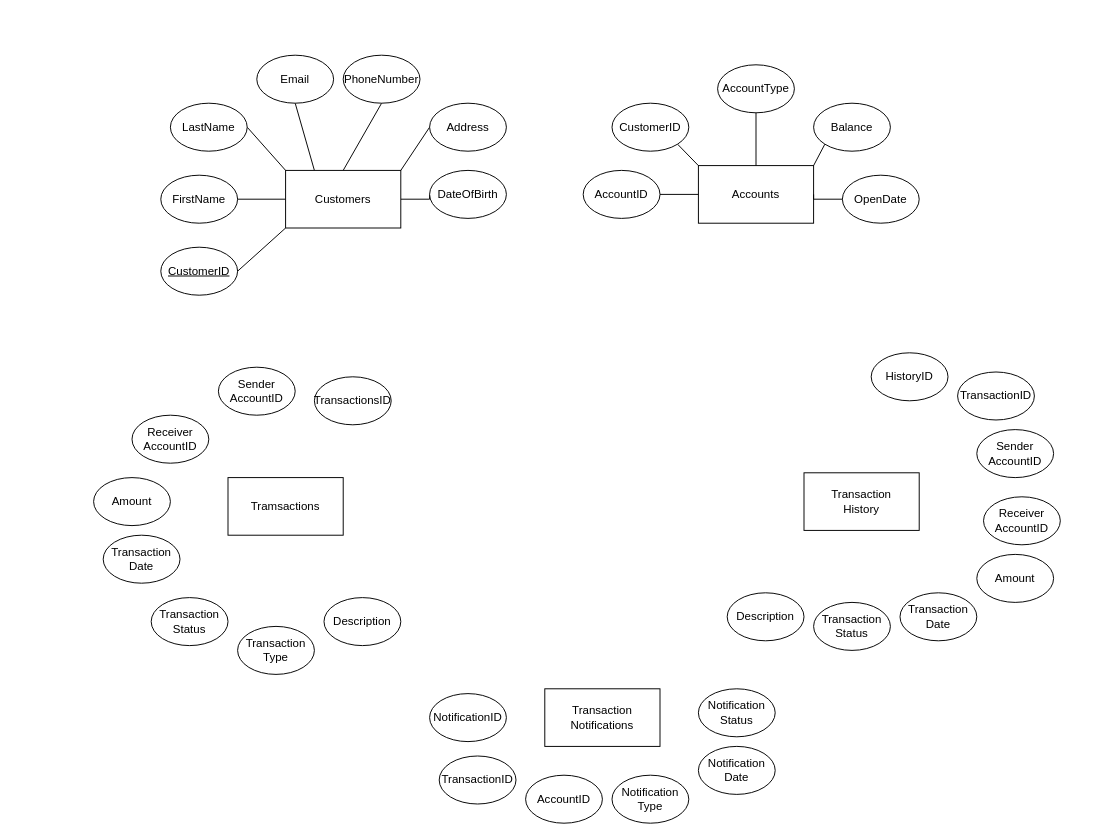
Above: OLBK.drawio in ngoquanghuy2001/QLBanking (draw.io), before the change. Source tidied: cells renumbered, new cells numbered last; positions are measured from the earlier drawing's top-left corner, leaving out a move shared by most shapes. Both pictures are drawn from the tidied source at 96%, with x=0, y=0 at pixel (93, 55).
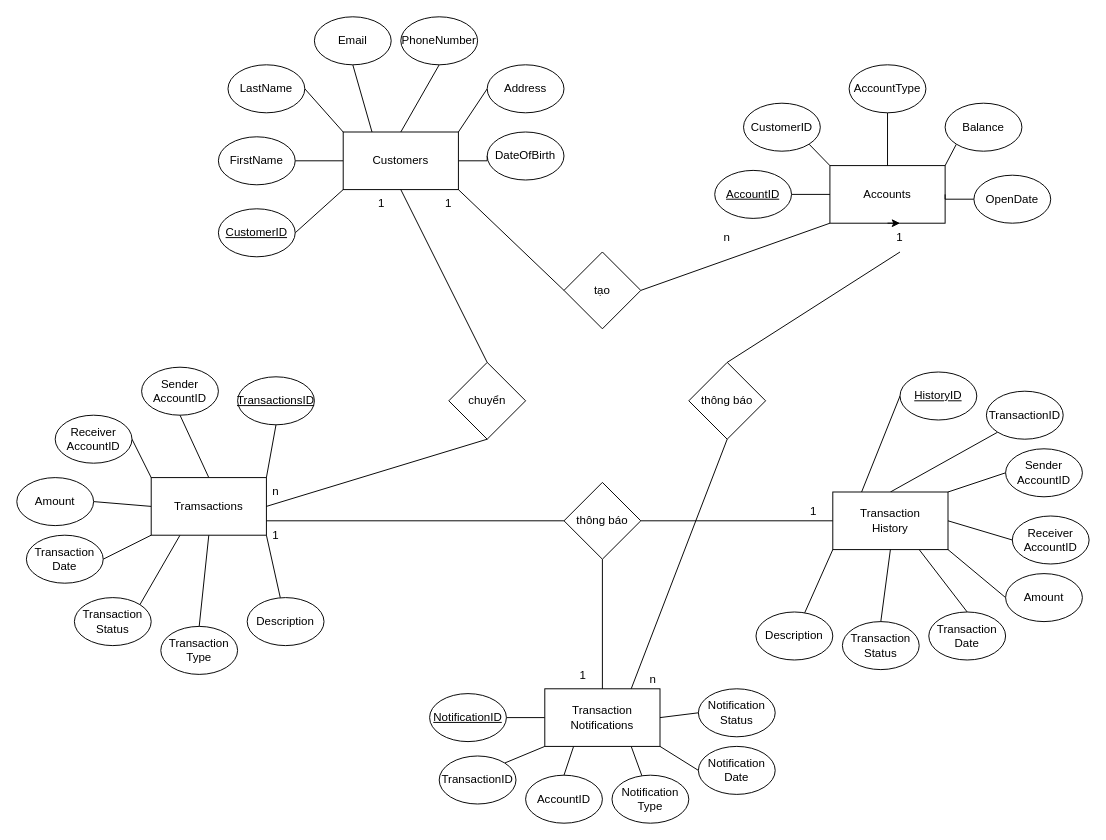
After the change.

The change refers to these unchanged cells:
```xml
<mxCell id="38" value="Customers" style="rounded=0;whiteSpace=wrap;html=1;" parent="30" vertex="1">
  <mxGeometry x="130" y="120" width="120" height="60" as="geometry" />
</mxCell>
<mxCell id="47" value="Accounts" style="rounded=0;whiteSpace=wrap;html=1;" parent="46" vertex="1">
  <mxGeometry x="120" y="105" width="120" height="60" as="geometry" />
</mxCell>
```

What changed in the source:
```diff
@@
-    <mxCell id="2" style="group;" parent="1" vertex="1">
-      <mxGeometry x="350" y="660" width="360" height="140" as="geometry" />
-    </mxCell>
-    <mxCell id="3" value="Transaction&lt;br&gt;Notifications" style="rounded=0;whiteSpace=wrap;html=1;" parent="2" vertex="1">
-      <mxGeometry x="120" width="120" height="60" as="geometry" />
-    </mxCell>
-    <mxCell id="4" value="NotificationID" style="ellipse;whiteSpace=wrap;html=1;" parent="2" vertex="1">
-      <mxGeometry y="5" width="80" height="50" as="geometry" />
-    </mxCell>
-    <mxCell id="5" value="TransactionID" style="ellipse;whiteSpace=wrap;html=1;" parent="2" vertex="1">
-      <mxGeometry x="10" y="70" width="80" height="50" as="geometry" />
-    </mxCell>
-    <mxCell id="6" value="AccountID" style="ellipse;whiteSpace=wrap;html=1;" parent="2" vertex="1">
-      <mxGeometry x="100" y="90" width="80" height="50" as="geometry" />
-    </mxCell>
-    <mxCell id="7" value="Notification&lt;br&gt;Type" style="ellipse;whiteSpace=wrap;html=1;" parent="2" vertex="1">
-      <mxGeometry x="190" y="90" width="80" height="50" as="geometry" />
-    </mxCell>
-    <mxCell id="8" value="Notification&lt;br&gt;Date" style="ellipse;whiteSpace=wrap;html=1;" parent="2" vertex="1">
-      <mxGeometry x="280" y="60" width="80" height="50" as="geometry" />
-    </mxCell>
-    <mxCell id="9" value="Notification&lt;br&gt;Status" style="ellipse;whiteSpace=wrap;html=1;" parent="2" vertex="1">
-      <mxGeometry x="280" width="80" height="50" as="geometry" />
-    </mxCell>
-    <mxCell id="10" style="group;" parent="1" vertex="1">
-      <mxGeometry x="660" y="310" width="347" height="310" as="geometry" />
-    </mxCell>
-    <mxCell id="11" value="Transaction&lt;br&gt;History" style="rounded=0;whiteSpace=wrap;html=1;" parent="10" vertex="1">
-      <mxGeometry x="80" y="125" width="120" height="60" as="geometry" />
-    </mxCell>
-    <mxCell id="12" value="HistoryID" style="ellipse;whiteSpace=wrap;html=1;" parent="10" vertex="1">
-      <mxGeometry x="150" width="80" height="50" as="geometry" />
-    </mxCell>
-    <mxCell id="13" value="TransactionID" style="ellipse;whiteSpace=wrap;html=1;" parent="10" vertex="1">
-      <mxGeometry x="240" y="20" width="80" height="50" as="geometry" />
-    </mxCell>
-    <mxCell id="14" value="Sender&lt;br&gt;AccountID" style="ellipse;whiteSpace=wrap;html=1;" parent="10" vertex="1">
-      <mxGeometry x="260" y="80" width="80" height="50" as="geometry" />
-    </mxCell>
-    <mxCell id="15" value="Receiver&lt;br&gt;AccountID" style="ellipse;whiteSpace=wrap;html=1;" parent="10" vertex="1">
-      <mxGeometry x="267" y="150" width="80" height="50" as="geometry" />
-    </mxCell>
-    <mxCell id="16" value="Amount" style="ellipse;whiteSpace=wrap;html=1;" parent="10" vertex="1">
-      <mxGeometry x="260" y="210" width="80" height="50" as="geometry" />
-    </mxCell>
-    <mxCell id="17" value="Transaction&lt;br&gt;Date" style="ellipse;whiteSpace=wrap;html=1;" parent="10" vertex="1">
-      <mxGeometry x="180" y="250" width="80" height="50" as="geometry" />
-    </mxCell>
-    <mxCell id="18" value="Transaction&lt;br&gt;Status" style="ellipse;whiteSpace=wrap;html=1;" parent="10" vertex="1">
-      <mxGeometry x="90" y="260" width="80" height="50" as="geometry" />
-    </mxCell>
-    <mxCell id="19" value="Description" style="ellipse;whiteSpace=wrap;html=1;" parent="10" vertex="1">
-      <mxGeometry y="250" width="80" height="50" as="geometry" />
-    </mxCell>
-    <mxCell id="20" style="group;" parent="1" vertex="1">
-      <mxGeometry y="325" width="320" height="320" as="geometry" />
-    </mxCell>
-    <mxCell id="21" value="Tramsactions" style="rounded=0;whiteSpace=wrap;html=1;" parent="20" vertex="1">
-      <mxGeometry x="140" y="115" width="120" height="60" as="geometry" />
-    </mxCell>
-    <mxCell id="22" value="Transaction&lt;br&gt;Date" style="ellipse;whiteSpace=wrap;html=1;" parent="20" vertex="1">
-      <mxGeometry x="10" y="175" width="80" height="50" as="geometry" />
-    </mxCell>
-    <mxCell id="23" value="Receiver&lt;br&gt;AccountID" style="ellipse;whiteSpace=wrap;html=1;" parent="20" vertex="1">
-      <mxGeometry x="40" y="50" width="80" height="50" as="geometry" />
-    </mxCell>
-    <mxCell id="24" value="Amount" style="ellipse;whiteSpace=wrap;html=1;" parent="20" vertex="1">
-      <mxGeometry y="115" width="80" height="50" as="geometry" />
-    </mxCell>
-    <mxCell id="25" value="Transaction&lt;br&gt;Status" style="ellipse;whiteSpace=wrap;html=1;" parent="20" vertex="1">
-      <mxGeometry x="60" y="240" width="80" height="50" as="geometry" />
-    </mxCell>
-    <mxCell id="26" value="Sender&lt;br&gt;AccountID" style="ellipse;whiteSpace=wrap;html=1;" parent="20" vertex="1">
-      <mxGeometry x="130" width="80" height="50" as="geometry" />
-    </mxCell>
-    <mxCell id="27" value="Transaction&lt;br&gt;Type" style="ellipse;whiteSpace=wrap;html=1;" parent="20" vertex="1">
-      <mxGeometry x="150" y="270" width="80" height="50" as="geometry" />
-    </mxCell>
-    <mxCell id="28" value="Description" style="ellipse;whiteSpace=wrap;html=1;" parent="20" vertex="1">
-      <mxGeometry x="240" y="240" width="80" height="50" as="geometry" />
-    </mxCell>
-    <mxCell id="29" value="TransactionsID" style="ellipse;whiteSpace=wrap;html=1;" parent="20" vertex="1">
-      <mxGeometry x="230" y="10" width="80" height="50" as="geometry" />
-    </mxCell>
     <mxCell id="30" style="group;" parent="1" vertex="1">
-      <mxGeometry x="70" width="360" height="250" as="geometry" />
+      <mxGeometry x="130" y="-40" width="360" height="250" as="geometry" />
     </mxCell>
@@
+    <mxCell id="58" value="1" style="text;html=1;align=center;verticalAlign=middle;whiteSpace=wrap;rounded=0;" parent="30" vertex="1">
+      <mxGeometry x="210" y="180" width="60" height="30" as="geometry" />
+    </mxCell>
+    <mxCell id="59" value="1" style="text;html=1;align=center;verticalAlign=middle;whiteSpace=wrap;rounded=0;" parent="30" vertex="1">
+      <mxGeometry x="140" y="180" width="60" height="30" as="geometry" />
+    </mxCell>
-    <mxCell id="46" style="group;" parent="1" vertex="1">
-      <mxGeometry x="510" y="10" width="350" height="165" as="geometry" />
+    <mxCell id="46" style="group;fontStyle=4;" parent="1" vertex="1">
+      <mxGeometry x="647" y="10" width="350" height="165" as="geometry" />
     </mxCell>
@@
-    <mxCell id="49" value="AccountID" style="ellipse;whiteSpace=wrap;html=1;" parent="46" vertex="1">
+    <mxCell id="49" value="&lt;u&gt;AccountID&lt;/u&gt;" style="ellipse;whiteSpace=wrap;html=1;" parent="46" vertex="1">
       <mxGeometry y="110" width="80" height="50" as="geometry" />
     </mxCell>
@@
+    <mxCell id="60" style="group;" parent="1" vertex="1">
+      <mxGeometry x="-80" y="325" width="320" height="320" as="geometry" />
+    </mxCell>
+    <mxCell id="61" style="rounded=0;jettySize=auto;html=1;exitX=1;exitY=0;exitDx=0;exitDy=0;entryX=0.5;entryY=1;entryDx=0;entryDy=0;endArrow=none;endFill=0;" parent="60" edge="1" source="21" target="29">
+      <mxGeometry relative="1" as="geometry" />
+    </mxCell>
+    <mxCell id="62" style="rounded=0;jettySize=auto;html=1;exitX=0.5;exitY=0;exitDx=0;exitDy=0;entryX=0.5;entryY=1;entryDx=0;entryDy=0;endArrow=none;endFill=0;" parent="60" edge="1" source="21" target="26">
+      <mxGeometry relative="1" as="geometry" />
+    </mxCell>
+    <mxCell id="63" style="rounded=0;jettySize=auto;html=1;exitX=0;exitY=0;exitDx=0;exitDy=0;entryX=1;entryY=0.5;entryDx=0;entryDy=0;endArrow=none;endFill=0;" parent="60" edge="1" source="21" target="23">
+      <mxGeometry relative="1" as="geometry" />
+    </mxCell>
+    <mxCell id="64" style="rounded=0;jettySize=auto;html=1;exitX=0;exitY=0.5;exitDx=0;exitDy=0;entryX=1;entryY=0.5;entryDx=0;entryDy=0;endArrow=none;endFill=0;" parent="60" edge="1" source="21" target="24">
+      <mxGeometry relative="1" as="geometry" />
+    </mxCell>
+    <mxCell id="65" style="rounded=0;jettySize=auto;html=1;exitX=0;exitY=1;exitDx=0;exitDy=0;entryX=1;entryY=0.5;entryDx=0;entryDy=0;endArrow=none;endFill=0;" parent="60" edge="1" source="21" target="22">
+      <mxGeometry relative="1" as="geometry" />
+    </mxCell>
+    <mxCell id="66" style="rounded=0;jettySize=auto;html=1;exitX=0.25;exitY=1;exitDx=0;exitDy=0;entryX=1;entryY=0;entryDx=0;entryDy=0;endArrow=none;endFill=0;" parent="60" edge="1" source="21" target="25">
+      <mxGeometry relative="1" as="geometry" />
+    </mxCell>
+    <mxCell id="67" style="rounded=0;jettySize=auto;html=1;exitX=0.5;exitY=1;exitDx=0;exitDy=0;entryX=0.5;entryY=0;entryDx=0;entryDy=0;endArrow=none;endFill=0;" parent="60" edge="1" source="21" target="27">
+      <mxGeometry relative="1" as="geometry" />
+    </mxCell>
+    <mxCell id="68" style="rounded=0;jettySize=auto;html=1;exitX=1;exitY=1;exitDx=0;exitDy=0;endArrow=none;endFill=0;" parent="60" edge="1" source="21" target="28">
+      <mxGeometry relative="1" as="geometry" />
+    </mxCell>
+    <mxCell id="21" value="Tramsactions" style="rounded=0;whiteSpace=wrap;html=1;" parent="60" vertex="1">
+      <mxGeometry x="140" y="115" width="120" height="60" as="geometry" />
+    </mxCell>
+    <mxCell id="22" value="Transaction&lt;br&gt;Date" style="ellipse;whiteSpace=wrap;html=1;" parent="60" vertex="1">
+      <mxGeometry x="10" y="175" width="80" height="50" as="geometry" />
+    </mxCell>
+    <mxCell id="23" value="Receiver&lt;br&gt;AccountID" style="ellipse;whiteSpace=wrap;html=1;" parent="60" vertex="1">
+      <mxGeometry x="40" y="50" width="80" height="50" as="geometry" />
+    </mxCell>
+    <mxCell id="24" value="Amount" style="ellipse;whiteSpace=wrap;html=1;" parent="60" vertex="1">
+      <mxGeometry y="115" width="80" height="50" as="geometry" />
+    </mxCell>
+    <mxCell id="25" value="Transaction&lt;br&gt;Status" style="ellipse;whiteSpace=wrap;html=1;" parent="60" vertex="1">
+      <mxGeometry x="60" y="240" width="80" height="50" as="geometry" />
+    </mxCell>
+    <mxCell id="26" value="Sender&lt;br&gt;AccountID" style="ellipse;whiteSpace=wrap;html=1;" parent="60" vertex="1">
+      <mxGeometry x="130" width="80" height="50" as="geometry" />
+    </mxCell>
+    <mxCell id="27" value="Transaction&lt;br&gt;Type" style="ellipse;whiteSpace=wrap;html=1;" parent="60" vertex="1">
+      <mxGeometry x="150" y="270" width="80" height="50" as="geometry" />
+    </mxCell>
+    <mxCell id="28" value="Description" style="ellipse;whiteSpace=wrap;html=1;" parent="60" vertex="1">
+      <mxGeometry x="240" y="240" width="80" height="50" as="geometry" />
+    </mxCell>
+    <mxCell id="29" value="&lt;u&gt;TransactionsID&lt;/u&gt;" style="ellipse;whiteSpace=wrap;html=1;" parent="60" vertex="1">
+      <mxGeometry x="230" y="10" width="80" height="50" as="geometry" />
+    </mxCell>
+    <mxCell id="69" value="n" style="text;html=1;align=center;verticalAlign=middle;whiteSpace=wrap;rounded=0;" parent="60" vertex="1">
+      <mxGeometry x="240" y="115" width="60" height="30" as="geometry" />
+    </mxCell>
+    <mxCell id="70" value="1" style="text;html=1;align=center;verticalAlign=middle;whiteSpace=wrap;rounded=0;" parent="60" vertex="1">
+      <mxGeometry x="240" y="160" width="60" height="30" as="geometry" />
+    </mxCell>
+    <mxCell id="71" style="group;" parent="1" vertex="1">
+      <mxGeometry x="690" y="330" width="347" height="310" as="geometry" />
+    </mxCell>
+    <mxCell id="18" value="Transaction&lt;br&gt;Status" style="ellipse;whiteSpace=wrap;html=1;" parent="71" vertex="1">
+      <mxGeometry x="90" y="260" width="80" height="50" as="geometry" />
+    </mxCell>
+    <mxCell id="72" style="group;" parent="71" vertex="1">
+      <mxGeometry width="347" height="300" as="geometry" />
+    </mxCell>
+    <mxCell id="73" style="rounded=0;jettySize=auto;html=1;exitX=1;exitY=0.5;exitDx=0;exitDy=0;entryX=0;entryY=0.5;entryDx=0;entryDy=0;endArrow=none;endFill=0;" parent="72" edge="1" source="11" target="15">
+      <mxGeometry relative="1" as="geometry" />
+    </mxCell>
+    <mxCell id="74" style="rounded=0;jettySize=auto;html=1;exitX=1;exitY=0;exitDx=0;exitDy=0;entryX=0;entryY=0.5;entryDx=0;entryDy=0;endArrow=none;endFill=0;" parent="72" edge="1" source="11" target="14">
+      <mxGeometry relative="1" as="geometry" />
+    </mxCell>
+    <mxCell id="75" style="rounded=0;jettySize=auto;html=1;exitX=0.5;exitY=0;exitDx=0;exitDy=0;entryX=0;entryY=1;entryDx=0;entryDy=0;endArrow=none;endFill=0;" parent="72" edge="1" source="11" target="13">
+      <mxGeometry relative="1" as="geometry" />
+    </mxCell>
+    <mxCell id="76" style="rounded=0;jettySize=auto;html=1;exitX=0.25;exitY=0;exitDx=0;exitDy=0;entryX=0;entryY=0.5;entryDx=0;entryDy=0;endArrow=none;endFill=0;" parent="72" edge="1" source="11" target="12">
+      <mxGeometry relative="1" as="geometry" />
+    </mxCell>
+    <mxCell id="77" style="rounded=0;jettySize=auto;html=1;exitX=1;exitY=1;exitDx=0;exitDy=0;entryX=0;entryY=0.5;entryDx=0;entryDy=0;endArrow=none;endFill=0;" parent="72" edge="1" source="11" target="16">
+      <mxGeometry relative="1" as="geometry" />
+    </mxCell>
+    <mxCell id="78" style="rounded=0;jettySize=auto;html=1;exitX=0.75;exitY=1;exitDx=0;exitDy=0;entryX=0.5;entryY=0;entryDx=0;entryDy=0;endArrow=none;endFill=0;" parent="72" edge="1" source="11" target="17">
+      <mxGeometry relative="1" as="geometry" />
+    </mxCell>
+    <mxCell id="79" style="rounded=0;jettySize=auto;html=1;exitX=0;exitY=1;exitDx=0;exitDy=0;endArrow=none;endFill=0;" parent="72" edge="1" source="11" target="19">
+      <mxGeometry relative="1" as="geometry" />
+    </mxCell>
+    <mxCell id="11" value="Transaction&lt;br&gt;History" style="rounded=0;whiteSpace=wrap;html=1;" parent="72" vertex="1">
+      <mxGeometry x="80" y="125" width="120" height="60" as="geometry" />
+    </mxCell>
+    <mxCell id="12" value="&lt;u&gt;HistoryID&lt;/u&gt;" style="ellipse;whiteSpace=wrap;html=1;" parent="72" vertex="1">
+      <mxGeometry x="150" width="80" height="50" as="geometry" />
+    </mxCell>
+    <mxCell id="13" value="TransactionID" style="ellipse;whiteSpace=wrap;html=1;" parent="72" vertex="1">
+      <mxGeometry x="240" y="20" width="80" height="50" as="geometry" />
+    </mxCell>
+    <mxCell id="14" value="Sender&lt;br&gt;AccountID" style="ellipse;whiteSpace=wrap;html=1;" parent="72" vertex="1">
+      <mxGeometry x="260" y="80" width="80" height="50" as="geometry" />
+    </mxCell>
+    <mxCell id="15" value="Receiver&lt;br&gt;AccountID" style="ellipse;whiteSpace=wrap;html=1;" parent="72" vertex="1">
+      <mxGeometry x="267" y="150" width="80" height="50" as="geometry" />
+    </mxCell>
+    <mxCell id="16" value="Amount" style="ellipse;whiteSpace=wrap;html=1;" parent="72" vertex="1">
+      <mxGeometry x="260" y="210" width="80" height="50" as="geometry" />
+    </mxCell>
+    <mxCell id="17" value="Transaction&lt;br&gt;Date" style="ellipse;whiteSpace=wrap;html=1;" parent="72" vertex="1">
+      <mxGeometry x="180" y="250" width="80" height="50" as="geometry" />
+    </mxCell>
+    <mxCell id="19" value="Description" style="ellipse;whiteSpace=wrap;html=1;" parent="72" vertex="1">
+      <mxGeometry y="250" width="80" height="50" as="geometry" />
+    </mxCell>
+    <mxCell id="80" value="1" style="text;html=1;align=center;verticalAlign=middle;whiteSpace=wrap;rounded=0;" parent="72" vertex="1">
+      <mxGeometry x="30" y="130" width="60" height="30" as="geometry" />
+    </mxCell>
+    <mxCell id="81" style="rounded=0;jettySize=auto;html=1;exitX=0.5;exitY=1;exitDx=0;exitDy=0;entryX=0.5;entryY=0;entryDx=0;entryDy=0;endArrow=none;endFill=0;" parent="71" edge="1" source="11" target="18">
+      <mxGeometry relative="1" as="geometry" />
+    </mxCell>
+    <mxCell id="2" style="group;" parent="1" vertex="1">
+      <mxGeometry x="350" y="660" width="360" height="140" as="geometry" />
+    </mxCell>
+    <mxCell id="82" style="rounded=0;jettySize=auto;html=1;exitX=0;exitY=0.5;exitDx=0;exitDy=0;entryX=1;entryY=0.5;entryDx=0;entryDy=0;endArrow=none;endFill=0;" parent="2" edge="1" source="3" target="4">
+      <mxGeometry relative="1" as="geometry" />
+    </mxCell>
+    <mxCell id="83" style="rounded=0;jettySize=auto;html=1;exitX=0;exitY=1;exitDx=0;exitDy=0;entryX=1;entryY=0;entryDx=0;entryDy=0;endArrow=none;endFill=0;" parent="2" edge="1" source="3" target="5">
+      <mxGeometry relative="1" as="geometry" />
+    </mxCell>
+    <mxCell id="84" style="rounded=0;jettySize=auto;html=1;exitX=0.25;exitY=1;exitDx=0;exitDy=0;entryX=0.5;entryY=0;entryDx=0;entryDy=0;endArrow=none;endFill=0;" parent="2" edge="1" source="3" target="6">
+      <mxGeometry relative="1" as="geometry" />
+    </mxCell>
+    <mxCell id="85" style="rounded=0;jettySize=auto;html=1;exitX=0.75;exitY=1;exitDx=0;exitDy=0;endArrow=none;endFill=0;" parent="2" edge="1" source="3" target="7">
+      <mxGeometry relative="1" as="geometry" />
+    </mxCell>
+    <mxCell id="86" style="rounded=0;jettySize=auto;html=1;exitX=1;exitY=1;exitDx=0;exitDy=0;entryX=0;entryY=0.5;entryDx=0;entryDy=0;endArrow=none;endFill=0;" parent="2" edge="1" source="3" target="8">
+      <mxGeometry relative="1" as="geometry" />
+    </mxCell>
+    <mxCell id="87" style="rounded=0;jettySize=auto;html=1;exitX=1;exitY=0.5;exitDx=0;exitDy=0;entryX=0;entryY=0.5;entryDx=0;entryDy=0;endArrow=none;endFill=0;" parent="2" edge="1" source="3" target="9">
+      <mxGeometry relative="1" as="geometry" />
+    </mxCell>
+    <mxCell id="3" value="Transaction&lt;br&gt;Notifications" style="rounded=0;whiteSpace=wrap;html=1;" parent="2" vertex="1">
+      <mxGeometry x="120" width="120" height="60" as="geometry" />
+    </mxCell>
+    <mxCell id="4" value="&lt;u&gt;NotificationID&lt;/u&gt;" style="ellipse;whiteSpace=wrap;html=1;" parent="2" vertex="1">
+      <mxGeometry y="5" width="80" height="50" as="geometry" />
+    </mxCell>
+    <mxCell id="5" value="TransactionID" style="ellipse;whiteSpace=wrap;html=1;" parent="2" vertex="1">
+      <mxGeometry x="10" y="70" width="80" height="50" as="geometry" />
+    </mxCell>
+    <mxCell id="6" value="AccountID" style="ellipse;whiteSpace=wrap;html=1;" parent="2" vertex="1">
+      <mxGeometry x="100" y="90" width="80" height="50" as="geometry" />
+    </mxCell>
+    <mxCell id="7" value="Notification&lt;br&gt;Type" style="ellipse;whiteSpace=wrap;html=1;" parent="2" vertex="1">
+      <mxGeometry x="190" y="90" width="80" height="50" as="geometry" />
+    </mxCell>
+    <mxCell id="8" value="Notification&lt;br&gt;Date" style="ellipse;whiteSpace=wrap;html=1;" parent="2" vertex="1">
+      <mxGeometry x="280" y="60" width="80" height="50" as="geometry" />
+    </mxCell>
+    <mxCell id="9" value="Notification&lt;br&gt;Status" style="ellipse;whiteSpace=wrap;html=1;" parent="2" vertex="1">
+      <mxGeometry x="280" width="80" height="50" as="geometry" />
+    </mxCell>
+    <mxCell id="88" value="n" style="text;html=1;align=center;verticalAlign=middle;whiteSpace=wrap;rounded=0;" parent="2" vertex="1">
+      <mxGeometry x="203" y="-25" width="60" height="30" as="geometry" />
+    </mxCell>
+    <mxCell id="89" style="rounded=0;jettySize=auto;html=1;exitX=1;exitY=0.5;exitDx=0;exitDy=0;entryX=0;entryY=1;entryDx=0;entryDy=0;endArrow=none;endFill=0;" parent="1" edge="1" source="90" target="47">
+      <mxGeometry relative="1" as="geometry" />
+    </mxCell>
+    <mxCell id="90" value="tạo" style="rhombus;whiteSpace=wrap;html=1;" parent="1" vertex="1">
+      <mxGeometry x="490" y="205" width="80" height="80" as="geometry" />
+    </mxCell>
+    <mxCell id="91" style="rounded=0;jettySize=auto;html=1;exitX=1;exitY=1;exitDx=0;exitDy=0;entryX=0;entryY=0.5;entryDx=0;entryDy=0;endArrow=none;endFill=0;" parent="1" edge="1" source="38" target="90">
+      <mxGeometry relative="1" as="geometry" />
+    </mxCell>
+    <mxCell id="92" style="rounded=0;jettySize=auto;html=1;exitX=0.5;exitY=1;exitDx=0;exitDy=0;entryX=1;entryY=0.5;entryDx=0;entryDy=0;endArrow=none;endFill=0;" parent="1" edge="1" source="93" target="21">
+      <mxGeometry relative="1" as="geometry" />
+    </mxCell>
+    <mxCell id="93" value="chuyển" style="rhombus;whiteSpace=wrap;html=1;" parent="1" vertex="1">
+      <mxGeometry x="370" y="320" width="80" height="80" as="geometry" />
+    </mxCell>
+    <mxCell id="94" style="rounded=0;jettySize=auto;html=1;exitX=0.5;exitY=1;exitDx=0;exitDy=0;entryX=0.5;entryY=0;entryDx=0;entryDy=0;endArrow=none;endFill=0;" parent="1" edge="1" source="38" target="93">
+      <mxGeometry relative="1" as="geometry" />
+    </mxCell>
+    <mxCell id="95" style="edgeStyle=orthogonalEdgeStyle;rounded=0;jettySize=auto;html=1;exitX=0.5;exitY=1;exitDx=0;exitDy=0;entryX=0.5;entryY=0;entryDx=0;entryDy=0;endArrow=none;endFill=0;" parent="1" edge="1" source="97" target="3">
+      <mxGeometry relative="1" as="geometry" />
+    </mxCell>
+    <mxCell id="96" style="edgeStyle=orthogonalEdgeStyle;rounded=0;jettySize=auto;html=1;exitX=1;exitY=0.5;exitDx=0;exitDy=0;entryX=0;entryY=0.5;entryDx=0;entryDy=0;endArrow=none;endFill=0;" parent="1" edge="1" source="97" target="11">
+      <mxGeometry relative="1" as="geometry" />
+    </mxCell>
+    <mxCell id="97" value="thông báo" style="rhombus;whiteSpace=wrap;html=1;" parent="1" vertex="1">
+      <mxGeometry x="490" y="445" width="80" height="80" as="geometry" />
+    </mxCell>
+    <mxCell id="98" style="edgeStyle=orthogonalEdgeStyle;rounded=0;jettySize=auto;html=1;exitX=1;exitY=0.75;exitDx=0;exitDy=0;entryX=0;entryY=0.5;entryDx=0;entryDy=0;endArrow=none;endFill=0;" parent="1" edge="1" source="21" target="97">
+      <mxGeometry relative="1" as="geometry" />
+    </mxCell>
+    <mxCell id="99" value="n" style="text;html=1;align=center;verticalAlign=middle;whiteSpace=wrap;rounded=0;" parent="1" vertex="1">
+      <mxGeometry x="630" y="175" width="60" height="30" as="geometry" />
+    </mxCell>
+    <mxCell id="100" value="1" style="text;html=1;align=center;verticalAlign=middle;whiteSpace=wrap;rounded=0;" parent="1" vertex="1">
+      <mxGeometry x="480" y="631" width="60" height="30" as="geometry" />
+    </mxCell>
+    <mxCell id="101" style="rounded=0;jettySize=auto;html=1;exitX=0.5;exitY=1;exitDx=0;exitDy=0;entryX=0.75;entryY=0;entryDx=0;entryDy=0;endArrow=none;endFill=0;" parent="1" edge="1" source="102" target="3">
+      <mxGeometry relative="1" as="geometry" />
+    </mxCell>
+    <mxCell id="102" value="thông báo" style="rhombus;whiteSpace=wrap;html=1;" parent="1" vertex="1">
+      <mxGeometry x="620" y="320" width="80" height="80" as="geometry" />
+    </mxCell>
+    <mxCell id="103" style="rounded=0;jettySize=auto;html=1;exitX=0.5;exitY=1;exitDx=0;exitDy=0;entryX=0.5;entryY=0;entryDx=0;entryDy=0;endArrow=none;endFill=0;" parent="1" edge="1" source="105" target="102">
+      <mxGeometry relative="1" as="geometry" />
+    </mxCell>
+    <mxCell id="104" style="edgeStyle=orthogonalEdgeStyle;rounded=0;jettySize=auto;html=1;exitX=0.5;exitY=1;exitDx=0;exitDy=0;entryX=0.5;entryY=0;entryDx=0;entryDy=0;" parent="1" edge="1" source="47" target="105">
+      <mxGeometry relative="1" as="geometry" />
+    </mxCell>
+    <mxCell id="105" value="1" style="text;html=1;align=center;verticalAlign=middle;whiteSpace=wrap;rounded=0;" parent="1" vertex="1">
+      <mxGeometry x="810" y="175" width="60" height="30" as="geometry" />
+    </mxCell>
```
